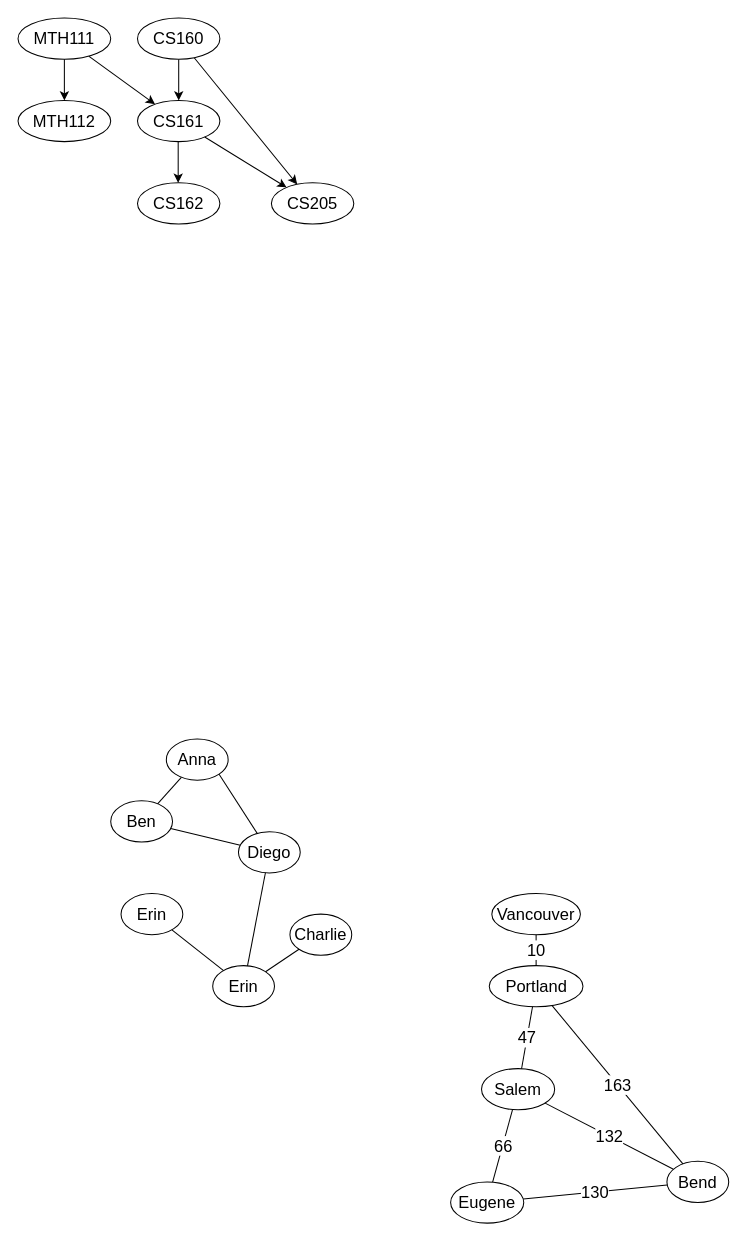
This is page "Page-1" (1 of 3) of external/images/graphs/graphs.drawio from ascholerChemeketa/welcomeprogramming, a draw.io file, before an edit. Source tidied: cells renumbered, new cells numbered last; positions are measured from the earlier drawing's top-left corner, leaving out a move shared by most shapes. Both pictures are drawn from the tidied source at 103%, with x=0, y=0 at pixel (18, 18).
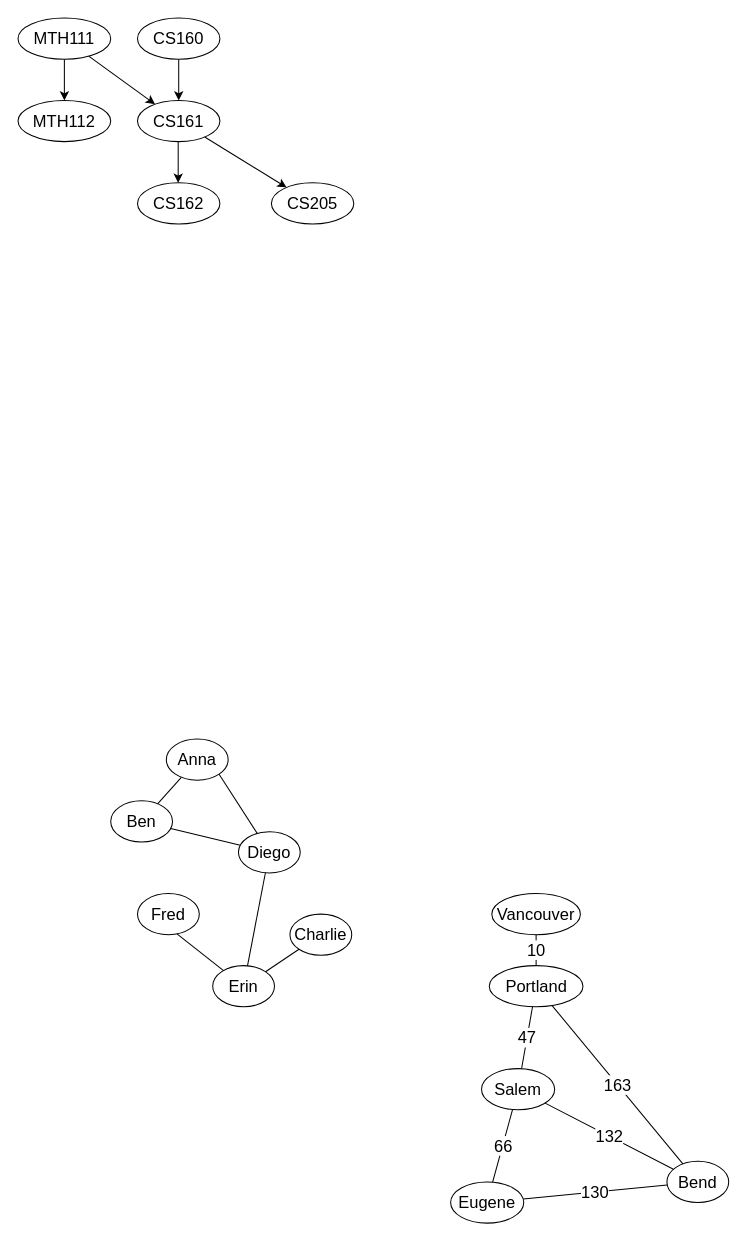
Above is the later version.

The change refers to these unchanged cells:
```xml
<mxCell id="6" value="CS160" style="ellipse;whiteSpace=wrap;html=1;strokeWidth=1;fontSize=16;" parent="1" vertex="1">
  <mxGeometry x="116" width="80" height="40" as="geometry" />
</mxCell>
<mxCell id="9" value="CS205" style="ellipse;whiteSpace=wrap;html=1;strokeWidth=1;fontSize=16;" parent="1" vertex="1">
  <mxGeometry x="246" y="160" width="80" height="40" as="geometry" />
</mxCell>
<mxCell id="17" value="Erin" style="ellipse;whiteSpace=wrap;html=1;strokeWidth=1;fontSize=16;" parent="1" vertex="1">
  <mxGeometry x="189" y="920" width="60" height="40" as="geometry" />
</mxCell>
```

What changed in the source:
```diff
@@
-    <mxCell id="7" style="edgeStyle=none;rounded=0;jettySize=auto;html=1;endArrow=none;endFill=0;fontColor=#FF6666;strokeWidth=1;fontSize=16;startArrow=classic;startFill=1;" parent="1" edge="1" source="9" target="6">
-      <mxGeometry relative="1" as="geometry" />
-    </mxCell>
@@
-    <mxCell id="16" value="Erin" style="ellipse;whiteSpace=wrap;html=1;strokeWidth=1;fontSize=16;" parent="1" vertex="1">
-      <mxGeometry x="100" y="850" width="60" height="40" as="geometry" />
-    </mxCell>
@@
-    <mxCell id="19" style="endArrow=none;startArrow=none;html=1;rounded=0;startFill=0;" parent="1" edge="1" source="17" target="16">
-      <mxGeometry relative="1" as="geometry" />
+    <mxCell id="19" style="endArrow=none;startArrow=none;html=1;rounded=0;startFill=0;" parent="1" edge="1" source="17">
+      <mxGeometry relative="1" as="geometry">
+        <mxPoint x="149.4" y="885.3" as="targetPoint" />
+      </mxGeometry>
     </mxCell>
@@
+    <mxCell id="37" value="Fred" style="ellipse;whiteSpace=wrap;html=1;strokeWidth=1;fontSize=16;" parent="1" vertex="1">
+      <mxGeometry x="116" y="850" width="60" height="40" as="geometry" />
+    </mxCell>
```
